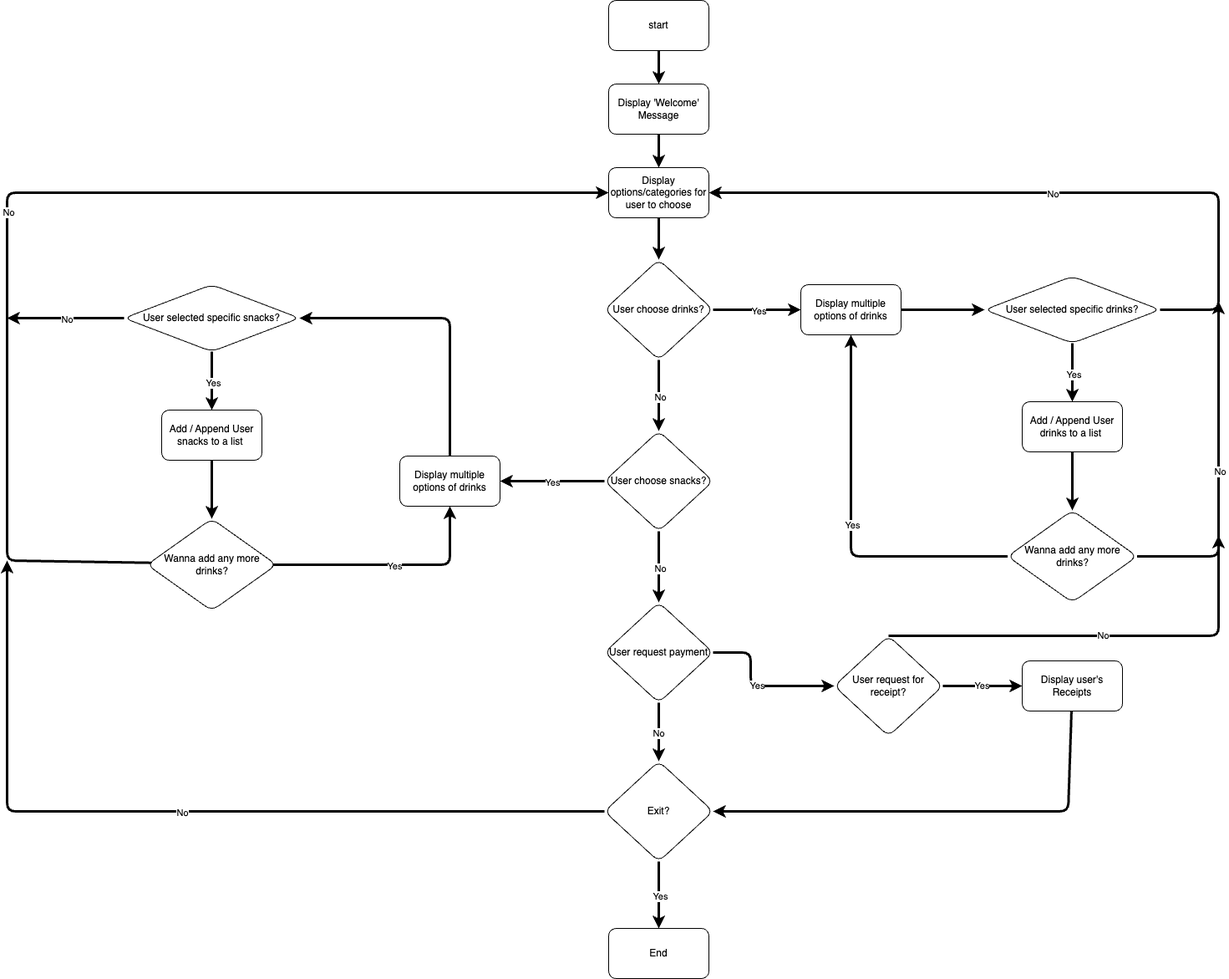
Before: vending_machine.png, a diagram exported from draw.io (tsunahyper/Vending-Machine). Source tidied: cells renumbered, new cells last; positions are measured from the earlier drawing's top-left corner, leaving out a move shared by most shapes. Source of this version:
```xml
<mxGraphModel background="#ffffff">
  <root>
    <mxCell id="0" />
    <mxCell id="1" parent="0" />
    <mxCell id="2" style="edgeStyle=none;html=1;strokeWidth=3;strokeColor=#000000;" parent="1" edge="1" source="3" target="5">
      <mxGeometry relative="1" as="geometry" />
    </mxCell>
    <mxCell id="3" value="start" style="rounded=1;whiteSpace=wrap;html=1;" parent="1" vertex="1">
      <mxGeometry x="720" width="120" height="60" as="geometry" />
    </mxCell>
    <mxCell id="4" style="edgeStyle=none;html=1;strokeWidth=3;strokeColor=#000000;" parent="1" edge="1" source="5" target="7">
      <mxGeometry relative="1" as="geometry" />
    </mxCell>
    <mxCell id="5" value="Display 'Welcome' Message" style="whiteSpace=wrap;html=1;rounded=1;" parent="1" vertex="1">
      <mxGeometry x="720" y="100" width="120" height="60" as="geometry" />
    </mxCell>
    <mxCell id="6" style="edgeStyle=none;html=1;strokeWidth=3;strokeColor=#000000;" parent="1" edge="1" source="7" target="8">
      <mxGeometry relative="1" as="geometry" />
    </mxCell>
    <mxCell id="7" value="Display options/categories for user to choose" style="whiteSpace=wrap;html=1;rounded=1;" parent="1" vertex="1">
      <mxGeometry x="720" y="200" width="120" height="60" as="geometry" />
    </mxCell>
    <mxCell id="8" value="User choose drinks?" style="rhombus;whiteSpace=wrap;html=1;rounded=1;" parent="1" vertex="1">
      <mxGeometry x="715" y="310" width="130" height="120" as="geometry" />
    </mxCell>
    <mxCell id="9" value="User choose snacks?" style="rhombus;whiteSpace=wrap;html=1;rounded=1;" parent="1" vertex="1">
      <mxGeometry x="715" y="515" width="130" height="120" as="geometry" />
    </mxCell>
    <mxCell id="10" value="Exit?" style="rhombus;whiteSpace=wrap;html=1;rounded=1;" parent="1" vertex="1">
      <mxGeometry x="715" y="910" width="130" height="120" as="geometry" />
    </mxCell>
    <mxCell id="11" style="endArrow=classic;html=1;exitX=1;exitY=0.5;exitDx=0;exitDy=0;entryX=0;entryY=0.5;entryDx=0;entryDy=0;strokeWidth=3;strokeColor=#000000;" parent="1" edge="1" source="8" target="14">
      <mxGeometry relative="1" as="geometry" />
    </mxCell>
    <mxCell id="12" value="Yes" style="edgeLabel;html=1;align=center;verticalAlign=middle;" parent="11" vertex="1">
      <mxGeometry relative="1" as="geometry" />
    </mxCell>
    <mxCell id="13" style="edgeStyle=none;html=1;strokeWidth=3;strokeColor=#000000;" parent="1" edge="1" source="14" target="15">
      <mxGeometry relative="1" as="geometry" />
    </mxCell>
    <mxCell id="14" value="Display multiple options of drinks" style="whiteSpace=wrap;html=1;rounded=1;" parent="1" vertex="1">
      <mxGeometry x="950" y="340" width="120" height="60" as="geometry" />
    </mxCell>
    <mxCell id="15" value="User selected specific drinks?" style="rhombus;whiteSpace=wrap;html=1;rounded=1;" parent="1" vertex="1">
      <mxGeometry x="1170" y="330" width="210" height="80" as="geometry" />
    </mxCell>
    <mxCell id="16" style="endArrow=classic;html=1;exitX=0.5;exitY=1;exitDx=0;exitDy=0;strokeWidth=3;strokeColor=#000000;" parent="1" edge="1" source="15">
      <mxGeometry relative="1" as="geometry">
        <mxPoint x="1275" y="480" as="targetPoint" />
      </mxGeometry>
    </mxCell>
    <mxCell id="17" value="Yes" style="edgeLabel;html=1;align=center;verticalAlign=middle;" parent="16" vertex="1">
      <mxGeometry relative="1" as="geometry" />
    </mxCell>
    <mxCell id="18" style="edgeStyle=none;html=1;strokeWidth=3;strokeColor=#000000;" parent="1" edge="1" source="19" target="20">
      <mxGeometry relative="1" as="geometry" />
    </mxCell>
    <mxCell id="19" value="Add / Append User drinks to a list&amp;nbsp;" style="whiteSpace=wrap;html=1;rounded=1;" parent="1" vertex="1">
      <mxGeometry x="1215" y="480" width="120" height="60" as="geometry" />
    </mxCell>
    <mxCell id="20" value="Wanna add any more drinks?" style="rhombus;whiteSpace=wrap;html=1;rounded=1;" parent="1" vertex="1">
      <mxGeometry x="1197.5" y="610" width="155" height="110" as="geometry" />
    </mxCell>
    <mxCell id="21" style="endArrow=classic;html=1;exitX=0;exitY=0.5;exitDx=0;exitDy=0;entryX=0.5;entryY=1;entryDx=0;entryDy=0;strokeWidth=3;strokeColor=#000000;" parent="1" edge="1" source="20" target="14">
      <mxGeometry relative="1" as="geometry">
        <Array as="points">
          <mxPoint x="1010" y="665" />
        </Array>
      </mxGeometry>
    </mxCell>
    <mxCell id="22" value="Yes" style="edgeLabel;html=1;align=center;verticalAlign=middle;" parent="21" vertex="1">
      <mxGeometry relative="1" as="geometry" />
    </mxCell>
    <mxCell id="23" style="endArrow=classic;html=1;exitX=1;exitY=0.5;exitDx=0;exitDy=0;entryX=1;entryY=0.5;entryDx=0;entryDy=0;strokeWidth=3;strokeColor=#000000;" parent="1" edge="1" source="15" target="7">
      <mxGeometry relative="1" as="geometry">
        <Array as="points">
          <mxPoint x="1450" y="370" />
          <mxPoint x="1450" y="230" />
        </Array>
      </mxGeometry>
    </mxCell>
    <mxCell id="24" value="No" style="edgeLabel;html=1;align=center;verticalAlign=middle;" parent="23" vertex="1">
      <mxGeometry relative="1" as="geometry" />
    </mxCell>
    <mxCell id="25" style="endArrow=classic;html=1;exitX=1;exitY=0.5;exitDx=0;exitDy=0;strokeWidth=3;strokeColor=#000000;" parent="1" edge="1" source="20">
      <mxGeometry relative="1" as="geometry">
        <mxPoint x="1450" y="360" as="targetPoint" />
        <Array as="points">
          <mxPoint x="1450" y="665" />
        </Array>
      </mxGeometry>
    </mxCell>
    <mxCell id="26" value="No" style="edgeLabel;html=1;align=center;verticalAlign=middle;" parent="25" vertex="1">
      <mxGeometry relative="1" as="geometry" />
    </mxCell>
    <mxCell id="27" style="endArrow=classic;html=1;exitX=0.5;exitY=1;exitDx=0;exitDy=0;entryX=0.5;entryY=0;entryDx=0;entryDy=0;strokeWidth=3;strokeColor=#000000;" parent="1" edge="1" source="8" target="9">
      <mxGeometry relative="1" as="geometry" />
    </mxCell>
    <mxCell id="28" value="No" style="edgeLabel;html=1;align=center;verticalAlign=middle;" parent="27" vertex="1">
      <mxGeometry relative="1" as="geometry" />
    </mxCell>
    <mxCell id="29" value="User selected specific snacks?" style="rhombus;whiteSpace=wrap;html=1;rounded=1;" parent="1" vertex="1">
      <mxGeometry x="140" y="340" width="210" height="80" as="geometry" />
    </mxCell>
    <mxCell id="30" style="endArrow=classic;html=1;exitX=0.5;exitY=1;exitDx=0;exitDy=0;strokeWidth=3;strokeColor=#000000;" parent="1" edge="1" source="29">
      <mxGeometry relative="1" as="geometry">
        <mxPoint x="245" y="490" as="targetPoint" />
      </mxGeometry>
    </mxCell>
    <mxCell id="31" value="Yes" style="edgeLabel;html=1;align=center;verticalAlign=middle;" parent="30" vertex="1">
      <mxGeometry relative="1" as="geometry" />
    </mxCell>
    <mxCell id="32" style="edgeStyle=none;html=1;entryX=0.5;entryY=0;entryDx=0;entryDy=0;strokeWidth=3;strokeColor=#000000;" parent="1" edge="1" source="33" target="36">
      <mxGeometry relative="1" as="geometry" />
    </mxCell>
    <mxCell id="33" value="Add / Append User snacks to a list&amp;nbsp;" style="whiteSpace=wrap;html=1;rounded=1;" parent="1" vertex="1">
      <mxGeometry x="185" y="490" width="120" height="60" as="geometry" />
    </mxCell>
    <mxCell id="34" style="endArrow=classic;html=1;exitX=1;exitY=0.5;exitDx=0;exitDy=0;entryX=0;entryY=0.5;entryDx=0;entryDy=0;strokeWidth=3;strokeColor=#000000;" parent="1" edge="1" source="36" target="7">
      <mxGeometry relative="1" as="geometry">
        <Array as="points">
          <mxPoint y="670" />
          <mxPoint y="230" />
        </Array>
      </mxGeometry>
    </mxCell>
    <mxCell id="35" value="No" style="edgeLabel;html=1;align=center;verticalAlign=middle;" parent="34" vertex="1">
      <mxGeometry relative="1" as="geometry" />
    </mxCell>
    <mxCell id="36" value="Wanna add any more drinks?" style="rhombus;whiteSpace=wrap;html=1;rounded=1;" parent="1" vertex="1">
      <mxGeometry x="167.5" y="620" width="155" height="110" as="geometry" />
    </mxCell>
    <mxCell id="37" style="edgeStyle=none;html=1;entryX=1;entryY=0.5;entryDx=0;entryDy=0;strokeWidth=3;strokeColor=#000000;" parent="1" edge="1" source="38" target="29">
      <mxGeometry relative="1" as="geometry">
        <Array as="points">
          <mxPoint x="530" y="380" />
        </Array>
      </mxGeometry>
    </mxCell>
    <mxCell id="38" value="Display multiple options of drinks" style="whiteSpace=wrap;html=1;rounded=1;" parent="1" vertex="1">
      <mxGeometry x="470" y="545" width="120" height="60" as="geometry" />
    </mxCell>
    <mxCell id="39" style="endArrow=classic;html=1;exitX=0;exitY=0.5;exitDx=0;exitDy=0;entryX=1;entryY=0.5;entryDx=0;entryDy=0;strokeWidth=3;strokeColor=#000000;" parent="1" edge="1" source="9" target="38">
      <mxGeometry relative="1" as="geometry" />
    </mxCell>
    <mxCell id="40" value="Yes" style="edgeLabel;html=1;align=center;verticalAlign=middle;" parent="39" vertex="1">
      <mxGeometry relative="1" as="geometry" />
    </mxCell>
    <mxCell id="41" style="endArrow=classic;html=1;exitX=1;exitY=0.5;exitDx=0;exitDy=0;entryX=0.5;entryY=1;entryDx=0;entryDy=0;strokeWidth=3;strokeColor=#000000;" parent="1" edge="1" source="36" target="38">
      <mxGeometry relative="1" as="geometry">
        <Array as="points">
          <mxPoint x="530" y="675" />
        </Array>
      </mxGeometry>
    </mxCell>
    <mxCell id="42" value="Yes" style="edgeLabel;html=1;align=center;verticalAlign=middle;" parent="41" vertex="1">
      <mxGeometry relative="1" as="geometry" />
    </mxCell>
    <mxCell id="43" style="endArrow=classic;html=1;exitX=0;exitY=0.5;exitDx=0;exitDy=0;strokeWidth=3;strokeColor=#000000;" parent="1" edge="1" source="29">
      <mxGeometry relative="1" as="geometry">
        <mxPoint y="380" as="targetPoint" />
      </mxGeometry>
    </mxCell>
    <mxCell id="44" value="No" style="edgeLabel;html=1;align=center;verticalAlign=middle;" parent="43" vertex="1">
      <mxGeometry relative="1" as="geometry" />
    </mxCell>
    <mxCell id="45" style="endArrow=classic;html=1;entryX=0.5;entryY=0;entryDx=0;entryDy=0;strokeWidth=3;strokeColor=#000000;" parent="1" edge="1" target="52">
      <mxGeometry relative="1" as="geometry">
        <mxPoint x="780" y="635" as="sourcePoint" />
      </mxGeometry>
    </mxCell>
    <mxCell id="46" value="No" style="edgeLabel;html=1;align=center;verticalAlign=middle;" parent="45" vertex="1">
      <mxGeometry relative="1" as="geometry" />
    </mxCell>
    <mxCell id="47" value="End" style="whiteSpace=wrap;html=1;rounded=1;" parent="1" vertex="1">
      <mxGeometry x="720" y="1110" width="120" height="60" as="geometry" />
    </mxCell>
    <mxCell id="48" style="endArrow=classic;html=1;entryX=0.5;entryY=0;entryDx=0;entryDy=0;exitX=0.5;exitY=1;exitDx=0;exitDy=0;strokeWidth=3;strokeColor=#000000;" parent="1" edge="1" source="10" target="47">
      <mxGeometry relative="1" as="geometry" />
    </mxCell>
    <mxCell id="49" value="Yes" style="edgeLabel;html=1;align=center;verticalAlign=middle;" parent="48" vertex="1">
      <mxGeometry relative="1" as="geometry" />
    </mxCell>
    <mxCell id="50" style="endArrow=classic;html=1;exitX=0;exitY=0.5;exitDx=0;exitDy=0;strokeWidth=3;strokeColor=#000000;" parent="1" edge="1" source="10">
      <mxGeometry relative="1" as="geometry">
        <mxPoint y="670" as="targetPoint" />
        <Array as="points">
          <mxPoint y="970" />
        </Array>
      </mxGeometry>
    </mxCell>
    <mxCell id="51" value="No" style="edgeLabel;html=1;align=center;verticalAlign=middle;" parent="50" vertex="1">
      <mxGeometry relative="1" as="geometry" />
    </mxCell>
    <mxCell id="52" value="User request payment" style="rhombus;whiteSpace=wrap;html=1;rounded=1;" parent="1" vertex="1">
      <mxGeometry x="715" y="720" width="130" height="120" as="geometry" />
    </mxCell>
    <mxCell id="53" value="No" style="endArrow=classic;html=1;exitX=0.5;exitY=1;exitDx=0;exitDy=0;entryX=0.5;entryY=0;entryDx=0;entryDy=0;strokeWidth=3;strokeColor=#000000;" parent="1" edge="1" source="52" target="10">
      <mxGeometry relative="1" as="geometry" />
    </mxCell>
    <mxCell id="54" value="Yes" style="endArrow=classic;html=1;exitX=1;exitY=0.5;exitDx=0;exitDy=0;entryX=0;entryY=0.5;entryDx=0;entryDy=0;strokeWidth=3;strokeColor=#000000;" parent="1" edge="1" source="52" target="55">
      <mxGeometry relative="1" as="geometry">
        <Array as="points">
          <mxPoint x="890" y="780" />
          <mxPoint x="890" y="820" />
        </Array>
      </mxGeometry>
    </mxCell>
    <mxCell id="55" value="User request for receipt?" style="rhombus;whiteSpace=wrap;html=1;rounded=1;" parent="1" vertex="1">
      <mxGeometry x="990" y="760" width="130" height="120" as="geometry" />
    </mxCell>
    <mxCell id="56" value="Yes" style="endArrow=classic;html=1;exitX=1;exitY=0.5;exitDx=0;exitDy=0;entryX=0;entryY=0.5;entryDx=0;entryDy=0;strokeWidth=3;strokeColor=#000000;" parent="1" edge="1" source="55" target="58">
      <mxGeometry relative="1" as="geometry" />
    </mxCell>
    <mxCell id="57" style="edgeStyle=none;hachureGap=4;html=1;fontFamily=Architects Daughter;fontSource=https%3A%2F%2Ffonts.googleapis.com%2Fcss%3Ffamily%3DArchitects%2BDaughter;fontSize=16;entryX=1;entryY=0.5;entryDx=0;entryDy=0;strokeWidth=3;strokeColor=#000000;" parent="1" edge="1" source="58" target="10">
      <mxGeometry relative="1" as="geometry">
        <Array as="points">
          <mxPoint x="1270" y="970" />
        </Array>
      </mxGeometry>
    </mxCell>
    <mxCell id="58" value="Display user's Receipts" style="whiteSpace=wrap;html=1;rounded=1;" parent="1" vertex="1">
      <mxGeometry x="1215" y="790" width="120" height="60" as="geometry" />
    </mxCell>
    <mxCell id="59" value="No" style="endArrow=classic;html=1;exitX=0.5;exitY=0;exitDx=0;exitDy=0;strokeWidth=3;strokeColor=#000000;" parent="1" edge="1" source="55">
      <mxGeometry relative="1" as="geometry">
        <mxPoint x="1450" y="640" as="targetPoint" />
        <Array as="points">
          <mxPoint x="1450" y="760" />
        </Array>
      </mxGeometry>
    </mxCell>
  </root>
</mxGraphModel>
```
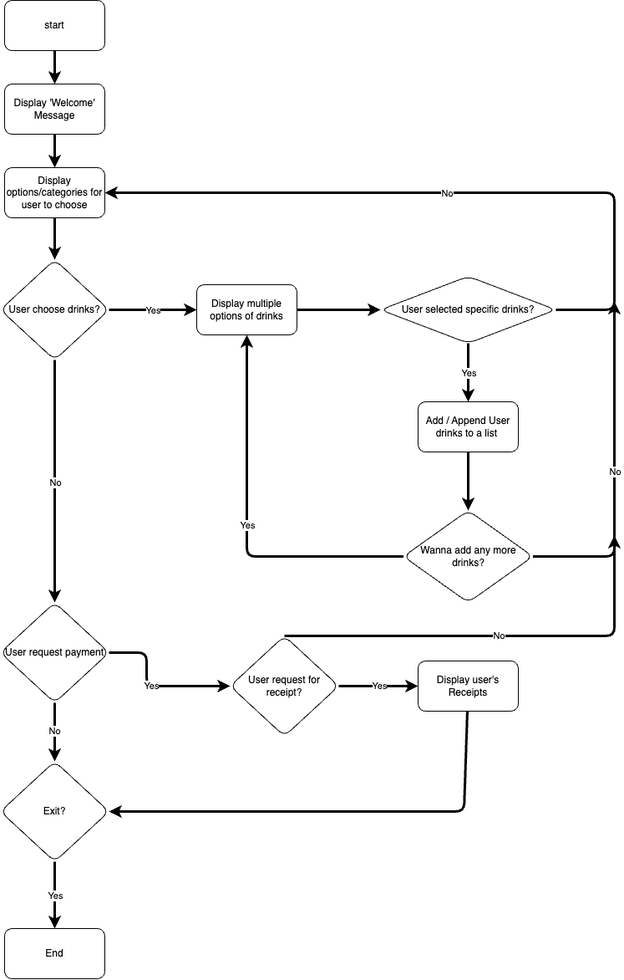
After the commit.

Commit message:
fix: drinks flowchart

Diff of the diagram source:
```diff
@@ -23,9 +23,6 @@
     <mxCell id="8" value="User choose drinks?" style="rhombus;whiteSpace=wrap;html=1;rounded=1;" parent="1" vertex="1">
       <mxGeometry x="715" y="310" width="130" height="120" as="geometry" />
     </mxCell>
-    <mxCell id="9" value="User choose snacks?" style="rhombus;whiteSpace=wrap;html=1;rounded=1;" parent="1" vertex="1">
-      <mxGeometry x="715" y="515" width="130" height="120" as="geometry" />
-    </mxCell>
     <mxCell id="10" value="Exit?" style="rhombus;whiteSpace=wrap;html=1;rounded=1;" parent="1" vertex="1">
       <mxGeometry x="715" y="910" width="130" height="120" as="geometry" />
     </mxCell>
@@ -93,81 +90,8 @@
     <mxCell id="26" value="No" style="edgeLabel;html=1;align=center;verticalAlign=middle;" parent="25" vertex="1">
       <mxGeometry relative="1" as="geometry" />
     </mxCell>
-    <mxCell id="27" style="endArrow=classic;html=1;exitX=0.5;exitY=1;exitDx=0;exitDy=0;entryX=0.5;entryY=0;entryDx=0;entryDy=0;strokeWidth=3;strokeColor=#000000;" parent="1" edge="1" source="8" target="9">
-      <mxGeometry relative="1" as="geometry" />
-    </mxCell>
-    <mxCell id="28" value="No" style="edgeLabel;html=1;align=center;verticalAlign=middle;" parent="27" vertex="1">
-      <mxGeometry relative="1" as="geometry" />
-    </mxCell>
-    <mxCell id="29" value="User selected specific snacks?" style="rhombus;whiteSpace=wrap;html=1;rounded=1;" parent="1" vertex="1">
-      <mxGeometry x="140" y="340" width="210" height="80" as="geometry" />
-    </mxCell>
-    <mxCell id="30" style="endArrow=classic;html=1;exitX=0.5;exitY=1;exitDx=0;exitDy=0;strokeWidth=3;strokeColor=#000000;" parent="1" edge="1" source="29">
-      <mxGeometry relative="1" as="geometry">
-        <mxPoint x="245" y="490" as="targetPoint" />
-      </mxGeometry>
-    </mxCell>
-    <mxCell id="31" value="Yes" style="edgeLabel;html=1;align=center;verticalAlign=middle;" parent="30" vertex="1">
-      <mxGeometry relative="1" as="geometry" />
-    </mxCell>
-    <mxCell id="32" style="edgeStyle=none;html=1;entryX=0.5;entryY=0;entryDx=0;entryDy=0;strokeWidth=3;strokeColor=#000000;" parent="1" edge="1" source="33" target="36">
-      <mxGeometry relative="1" as="geometry" />
-    </mxCell>
-    <mxCell id="33" value="Add / Append User snacks to a list&amp;nbsp;" style="whiteSpace=wrap;html=1;rounded=1;" parent="1" vertex="1">
-      <mxGeometry x="185" y="490" width="120" height="60" as="geometry" />
-    </mxCell>
-    <mxCell id="34" style="endArrow=classic;html=1;exitX=1;exitY=0.5;exitDx=0;exitDy=0;entryX=0;entryY=0.5;entryDx=0;entryDy=0;strokeWidth=3;strokeColor=#000000;" parent="1" edge="1" source="36" target="7">
-      <mxGeometry relative="1" as="geometry">
-        <Array as="points">
-          <mxPoint y="670" />
-          <mxPoint y="230" />
-        </Array>
-      </mxGeometry>
-    </mxCell>
-    <mxCell id="35" value="No" style="edgeLabel;html=1;align=center;verticalAlign=middle;" parent="34" vertex="1">
-      <mxGeometry relative="1" as="geometry" />
-    </mxCell>
-    <mxCell id="36" value="Wanna add any more drinks?" style="rhombus;whiteSpace=wrap;html=1;rounded=1;" parent="1" vertex="1">
-      <mxGeometry x="167.5" y="620" width="155" height="110" as="geometry" />
-    </mxCell>
-    <mxCell id="37" style="edgeStyle=none;html=1;entryX=1;entryY=0.5;entryDx=0;entryDy=0;strokeWidth=3;strokeColor=#000000;" parent="1" edge="1" source="38" target="29">
-      <mxGeometry relative="1" as="geometry">
-        <Array as="points">
-          <mxPoint x="530" y="380" />
-        </Array>
-      </mxGeometry>
-    </mxCell>
-    <mxCell id="38" value="Display multiple options of drinks" style="whiteSpace=wrap;html=1;rounded=1;" parent="1" vertex="1">
-      <mxGeometry x="470" y="545" width="120" height="60" as="geometry" />
-    </mxCell>
-    <mxCell id="39" style="endArrow=classic;html=1;exitX=0;exitY=0.5;exitDx=0;exitDy=0;entryX=1;entryY=0.5;entryDx=0;entryDy=0;strokeWidth=3;strokeColor=#000000;" parent="1" edge="1" source="9" target="38">
-      <mxGeometry relative="1" as="geometry" />
-    </mxCell>
-    <mxCell id="40" value="Yes" style="edgeLabel;html=1;align=center;verticalAlign=middle;" parent="39" vertex="1">
-      <mxGeometry relative="1" as="geometry" />
-    </mxCell>
-    <mxCell id="41" style="endArrow=classic;html=1;exitX=1;exitY=0.5;exitDx=0;exitDy=0;entryX=0.5;entryY=1;entryDx=0;entryDy=0;strokeWidth=3;strokeColor=#000000;" parent="1" edge="1" source="36" target="38">
-      <mxGeometry relative="1" as="geometry">
-        <Array as="points">
-          <mxPoint x="530" y="675" />
-        </Array>
-      </mxGeometry>
-    </mxCell>
-    <mxCell id="42" value="Yes" style="edgeLabel;html=1;align=center;verticalAlign=middle;" parent="41" vertex="1">
-      <mxGeometry relative="1" as="geometry" />
-    </mxCell>
-    <mxCell id="43" style="endArrow=classic;html=1;exitX=0;exitY=0.5;exitDx=0;exitDy=0;strokeWidth=3;strokeColor=#000000;" parent="1" edge="1" source="29">
-      <mxGeometry relative="1" as="geometry">
-        <mxPoint y="380" as="targetPoint" />
-      </mxGeometry>
-    </mxCell>
-    <mxCell id="44" value="No" style="edgeLabel;html=1;align=center;verticalAlign=middle;" parent="43" vertex="1">
-      <mxGeometry relative="1" as="geometry" />
-    </mxCell>
-    <mxCell id="45" style="endArrow=classic;html=1;entryX=0.5;entryY=0;entryDx=0;entryDy=0;strokeWidth=3;strokeColor=#000000;" parent="1" edge="1" target="52">
-      <mxGeometry relative="1" as="geometry">
-        <mxPoint x="780" y="635" as="sourcePoint" />
-      </mxGeometry>
+    <mxCell id="45" style="endArrow=classic;html=1;entryX=0.5;entryY=0;entryDx=0;entryDy=0;strokeWidth=3;strokeColor=#000000;exitX=0.5;exitY=1;exitDx=0;exitDy=0;" parent="1" edge="1" source="8" target="52">
+      <mxGeometry relative="1" as="geometry" />
     </mxCell>
     <mxCell id="46" value="No" style="edgeLabel;html=1;align=center;verticalAlign=middle;" parent="45" vertex="1">
       <mxGeometry relative="1" as="geometry" />
@@ -181,17 +105,6 @@
     <mxCell id="49" value="Yes" style="edgeLabel;html=1;align=center;verticalAlign=middle;" parent="48" vertex="1">
       <mxGeometry relative="1" as="geometry" />
     </mxCell>
-    <mxCell id="50" style="endArrow=classic;html=1;exitX=0;exitY=0.5;exitDx=0;exitDy=0;strokeWidth=3;strokeColor=#000000;" parent="1" edge="1" source="10">
-      <mxGeometry relative="1" as="geometry">
-        <mxPoint y="670" as="targetPoint" />
-        <Array as="points">
-          <mxPoint y="970" />
-        </Array>
-      </mxGeometry>
-    </mxCell>
-    <mxCell id="51" value="No" style="edgeLabel;html=1;align=center;verticalAlign=middle;" parent="50" vertex="1">
-      <mxGeometry relative="1" as="geometry" />
-    </mxCell>
     <mxCell id="52" value="User request payment" style="rhombus;whiteSpace=wrap;html=1;rounded=1;" parent="1" vertex="1">
       <mxGeometry x="715" y="720" width="130" height="120" as="geometry" />
     </mxCell>
```
